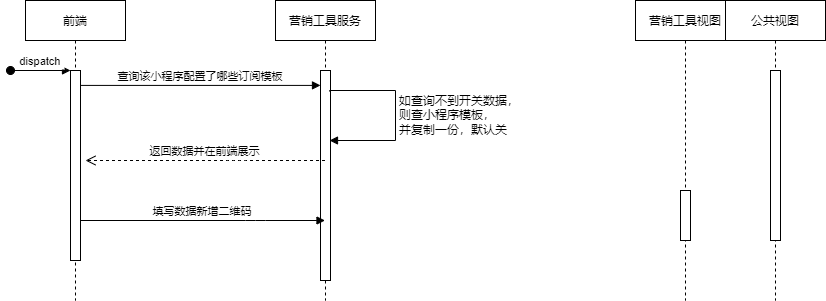
tetai/flow keeps this draw.io diagram as wk/服务通知流程图.png. Above is the earlier version. Source tidied: cells renumbered, new cells last; positions are measured from the earlier drawing's top-left corner, leaving out a move shared by most shapes. Source of this version:
```xml
<mxGraphModel>
  <root>
    <mxCell id="0" />
    <mxCell id="1" parent="0" />
    <mxCell id="2" value="前端" style="shape=umlLifeline;perimeter=lifelinePerimeter;rounded=0;shadow=0;strokeWidth=1;" parent="1" vertex="1">
      <mxGeometry x="15" width="100" height="300" as="geometry" />
    </mxCell>
    <mxCell id="3" style="points=[];perimeter=orthogonalPerimeter;rounded=0;shadow=0;strokeWidth=1;" parent="2" vertex="1">
      <mxGeometry x="45" y="70" width="10" height="190" as="geometry" />
    </mxCell>
    <mxCell id="4" value="dispatch" style="verticalAlign=bottom;startArrow=oval;endArrow=block;startSize=8;shadow=0;strokeWidth=1;" parent="2" edge="1" target="3">
      <mxGeometry relative="1" as="geometry">
        <mxPoint x="-15" y="70" as="sourcePoint" />
      </mxGeometry>
    </mxCell>
    <mxCell id="5" value="营销工具服务" style="shape=umlLifeline;perimeter=lifelinePerimeter;rounded=0;shadow=0;strokeWidth=1;" parent="1" vertex="1">
      <mxGeometry x="265" width="100" height="300" as="geometry" />
    </mxCell>
    <mxCell id="6" style="points=[];perimeter=orthogonalPerimeter;rounded=0;shadow=0;strokeWidth=1;" parent="5" vertex="1">
      <mxGeometry x="45" y="70" width="10" height="210" as="geometry" />
    </mxCell>
    <mxCell id="7" value="如查询不到开关数据，&lt;br&gt;则查小程序模板，&lt;br&gt;并复制一份，默认关&lt;br&gt;" style="edgeStyle=orthogonalEdgeStyle;html=1;align=left;spacingLeft=2;endArrow=block;rounded=0;exitX=0.9;exitY=0.1;exitDx=0;exitDy=0;exitPerimeter=0;" parent="5" edge="1" source="6">
      <mxGeometry relative="1" as="geometry">
        <mxPoint x="54" y="140" as="targetPoint" />
        <Array as="points">
          <mxPoint x="54" y="90" />
          <mxPoint x="120" y="90" />
          <mxPoint x="120" y="140" />
        </Array>
      </mxGeometry>
    </mxCell>
    <mxCell id="8" value="查询该小程序配置了哪些订阅模板" style="verticalAlign=bottom;endArrow=block;shadow=0;strokeWidth=1;entryX=0;entryY=0.071;entryDx=0;entryDy=0;entryPerimeter=0;" parent="1" edge="1" source="3" target="6">
      <mxGeometry relative="1" as="geometry" />
    </mxCell>
    <mxCell id="9" value="返回数据并在前端展示" style="verticalAlign=bottom;endArrow=open;dashed=1;endSize=8;shadow=0;strokeWidth=1;" parent="1" edge="1" source="5">
      <mxGeometry relative="1" as="geometry">
        <mxPoint x="75" y="160" as="targetPoint" />
        <Array as="points">
          <mxPoint x="225" y="160" />
        </Array>
      </mxGeometry>
    </mxCell>
    <mxCell id="10" value="营销工具视图" style="shape=umlLifeline;perimeter=lifelinePerimeter;rounded=0;shadow=0;strokeWidth=1;" parent="1" vertex="1">
      <mxGeometry x="625" width="100" height="300" as="geometry" />
    </mxCell>
    <mxCell id="11" style="points=[];perimeter=orthogonalPerimeter;rounded=0;shadow=0;strokeWidth=1;" parent="10" vertex="1">
      <mxGeometry x="45" y="190" width="10" height="50" as="geometry" />
    </mxCell>
    <mxCell id="12" value="公共视图" style="shape=umlLifeline;perimeter=lifelinePerimeter;rounded=0;shadow=0;strokeWidth=1;" parent="1" vertex="1">
      <mxGeometry x="715" width="100" height="300" as="geometry" />
    </mxCell>
    <mxCell id="13" style="points=[];perimeter=orthogonalPerimeter;rounded=0;shadow=0;strokeWidth=1;" parent="12" vertex="1">
      <mxGeometry x="45" y="70" width="10" height="170" as="geometry" />
    </mxCell>
    <mxCell id="14" value="填写数据新增二维码" style="verticalAlign=bottom;endArrow=block;shadow=0;strokeWidth=1;" parent="1" edge="1" source="3" target="5">
      <mxGeometry relative="1" as="geometry">
        <Array as="points">
          <mxPoint x="245" y="220" />
        </Array>
      </mxGeometry>
    </mxCell>
  </root>
</mxGraphModel>
```
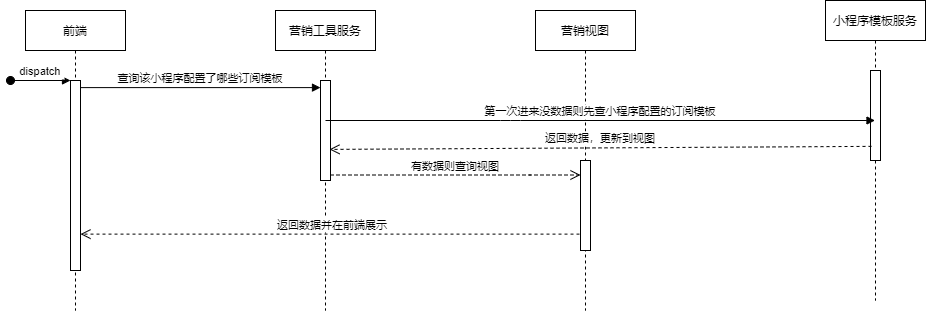
Above is the later version.

Commit message:
Update 服务通知流程图.png

Change to the diagram source:
```diff
@@ -17,47 +17,45 @@
       <mxGeometry x="265" width="100" height="300" as="geometry" />
     </mxCell>
     <mxCell id="6" style="points=[];perimeter=orthogonalPerimeter;rounded=0;shadow=0;strokeWidth=1;" parent="5" vertex="1">
-      <mxGeometry x="45" y="70" width="10" height="210" as="geometry" />
+      <mxGeometry x="45" y="70" width="10" height="100" as="geometry" />
     </mxCell>
-    <mxCell id="7" value="如查询不到开关数据，&lt;br&gt;则查小程序模板，&lt;br&gt;并复制一份，默认关&lt;br&gt;" style="edgeStyle=orthogonalEdgeStyle;html=1;align=left;spacingLeft=2;endArrow=block;rounded=0;exitX=0.9;exitY=0.1;exitDx=0;exitDy=0;exitPerimeter=0;" parent="5" edge="1" source="6">
-      <mxGeometry relative="1" as="geometry">
-        <mxPoint x="54" y="140" as="targetPoint" />
-        <Array as="points">
-          <mxPoint x="54" y="90" />
-          <mxPoint x="120" y="90" />
-          <mxPoint x="120" y="140" />
-        </Array>
-      </mxGeometry>
-    </mxCell>
     <mxCell id="8" value="查询该小程序配置了哪些订阅模板" style="verticalAlign=bottom;endArrow=block;shadow=0;strokeWidth=1;entryX=0;entryY=0.071;entryDx=0;entryDy=0;entryPerimeter=0;" parent="1" edge="1" source="3" target="6">
       <mxGeometry relative="1" as="geometry" />
     </mxCell>
-    <mxCell id="9" value="返回数据并在前端展示" style="verticalAlign=bottom;endArrow=open;dashed=1;endSize=8;shadow=0;strokeWidth=1;" parent="1" edge="1" source="5">
-      <mxGeometry relative="1" as="geometry">
-        <mxPoint x="75" y="160" as="targetPoint" />
-        <Array as="points">
-          <mxPoint x="225" y="160" />
-        </Array>
-      </mxGeometry>
+    <mxCell id="9" value="返回数据并在前端展示" style="verticalAlign=bottom;endArrow=open;dashed=1;endSize=8;shadow=0;strokeWidth=1;exitX=0.5;exitY=0.818;exitDx=0;exitDy=0;exitPerimeter=0;" parent="1" edge="1" source="13" target="3">
+      <mxGeometry relative="1" as="geometry" />
     </mxCell>
-    <mxCell id="10" value="营销工具视图" style="shape=umlLifeline;perimeter=lifelinePerimeter;rounded=0;shadow=0;strokeWidth=1;" parent="1" vertex="1">
-      <mxGeometry x="625" width="100" height="300" as="geometry" />
+    <mxCell id="10" value="小程序模板服务" style="shape=umlLifeline;perimeter=lifelinePerimeter;rounded=0;shadow=0;strokeWidth=1;" parent="1" vertex="1">
+      <mxGeometry x="815" y="-10" width="100" height="300" as="geometry" />
     </mxCell>
     <mxCell id="11" style="points=[];perimeter=orthogonalPerimeter;rounded=0;shadow=0;strokeWidth=1;" parent="10" vertex="1">
-      <mxGeometry x="45" y="190" width="10" height="50" as="geometry" />
+      <mxGeometry x="45" y="70" width="10" height="90" as="geometry" />
     </mxCell>
-    <mxCell id="12" value="公共视图" style="shape=umlLifeline;perimeter=lifelinePerimeter;rounded=0;shadow=0;strokeWidth=1;" parent="1" vertex="1">
-      <mxGeometry x="715" width="100" height="300" as="geometry" />
+    <mxCell id="12" value="营销视图" style="shape=umlLifeline;perimeter=lifelinePerimeter;rounded=0;shadow=0;strokeWidth=1;" parent="1" vertex="1">
+      <mxGeometry x="525" width="100" height="300" as="geometry" />
     </mxCell>
     <mxCell id="13" style="points=[];perimeter=orthogonalPerimeter;rounded=0;shadow=0;strokeWidth=1;" parent="12" vertex="1">
-      <mxGeometry x="45" y="70" width="10" height="170" as="geometry" />
+      <mxGeometry x="45" y="150" width="10" height="90" as="geometry" />
     </mxCell>
-    <mxCell id="14" value="填写数据新增二维码" style="verticalAlign=bottom;endArrow=block;shadow=0;strokeWidth=1;" parent="1" edge="1" source="3" target="5">
-      <mxGeometry relative="1" as="geometry">
-        <Array as="points">
-          <mxPoint x="245" y="220" />
-        </Array>
-      </mxGeometry>
-    </mxCell>
+    <mxCell id="15" value="有数据则查询视图" style="verticalAlign=bottom;endArrow=open;dashed=1;endSize=8;shadow=0;strokeWidth=1;" parent="12" edge="1">
+      <mxGeometry relative="1" as="geometry">
+        <mxPoint x="-205" y="164.5" as="sourcePoint" />
+        <mxPoint x="45" y="164.5" as="targetPoint" />
+        <Array as="points">
+          <mxPoint x="-15" y="164.5" />
+        </Array>
+      </mxGeometry>
+    </mxCell>
+    <mxCell id="16" value="第一次进来没数据则先查小程序配置的订阅模板" style="verticalAlign=bottom;endArrow=block;shadow=0;strokeWidth=1;" parent="1" edge="1" target="10">
+      <mxGeometry relative="1" as="geometry">
+        <mxPoint x="315" y="110" as="sourcePoint" />
+        <Array as="points">
+          <mxPoint x="500" y="110" />
+        </Array>
+      </mxGeometry>
+    </mxCell>
+    <mxCell id="17" value="返回数据，更新到视图" style="verticalAlign=bottom;endArrow=open;dashed=1;endSize=8;shadow=0;strokeWidth=1;exitX=0.1;exitY=0.843;exitDx=0;exitDy=0;exitPerimeter=0;entryX=0.54;entryY=0.463;entryDx=0;entryDy=0;entryPerimeter=0;" parent="1" edge="1" source="11" target="5">
+      <mxGeometry relative="1" as="geometry" />
+    </mxCell>
   </root>
 </mxGraphModel>
```
